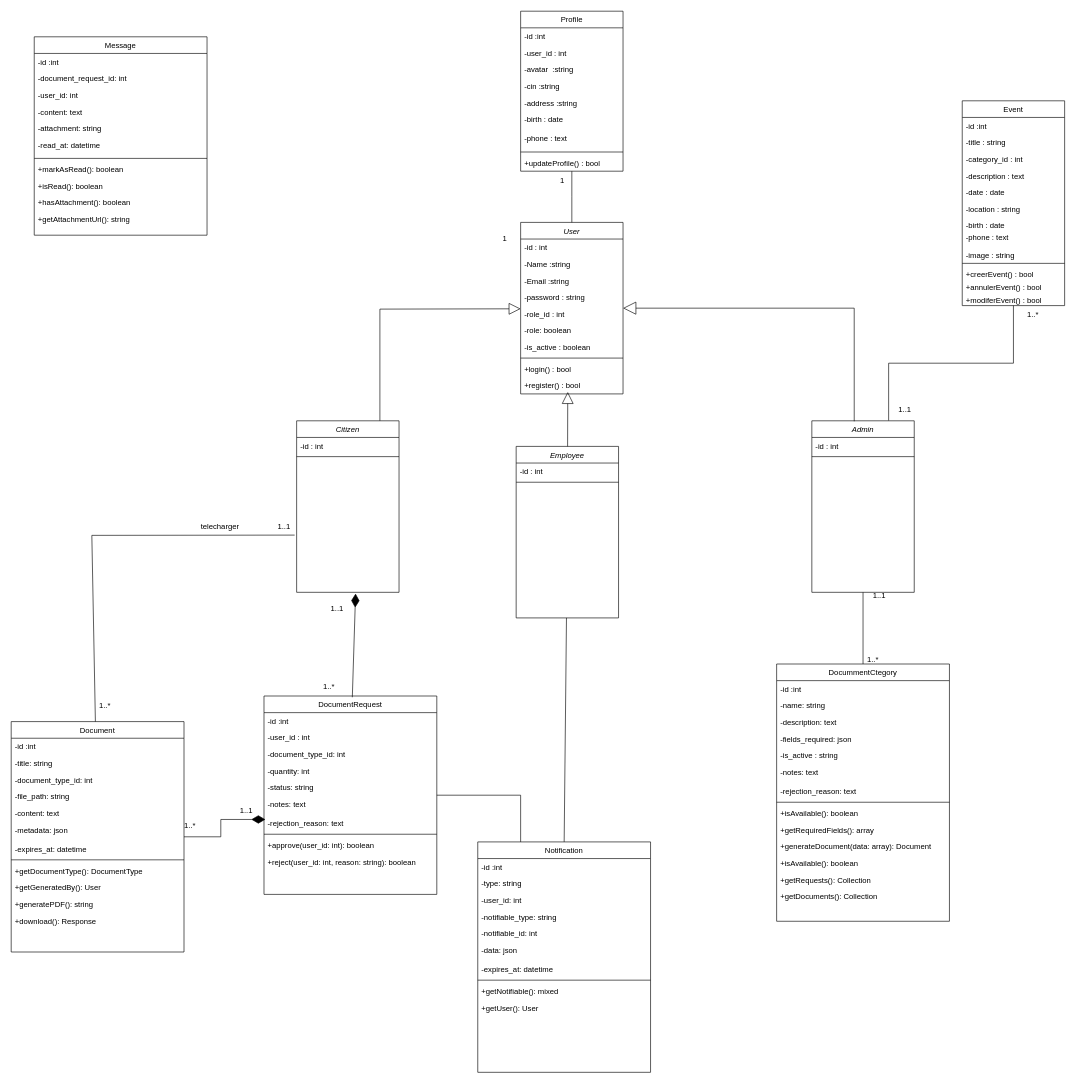
Before: UML/Diagramme sans nom.drawio in Abdelmoudiri/CommuneFacile, a draw.io diagram. Source tidied: cells renumbered, new cells numbered last; positions are measured from the earlier drawing's top-left corner, leaving out a move shared by most shapes. Both pictures are drawn from the tidied source at 64%, with x=0, y=0 at pixel (11, 11).
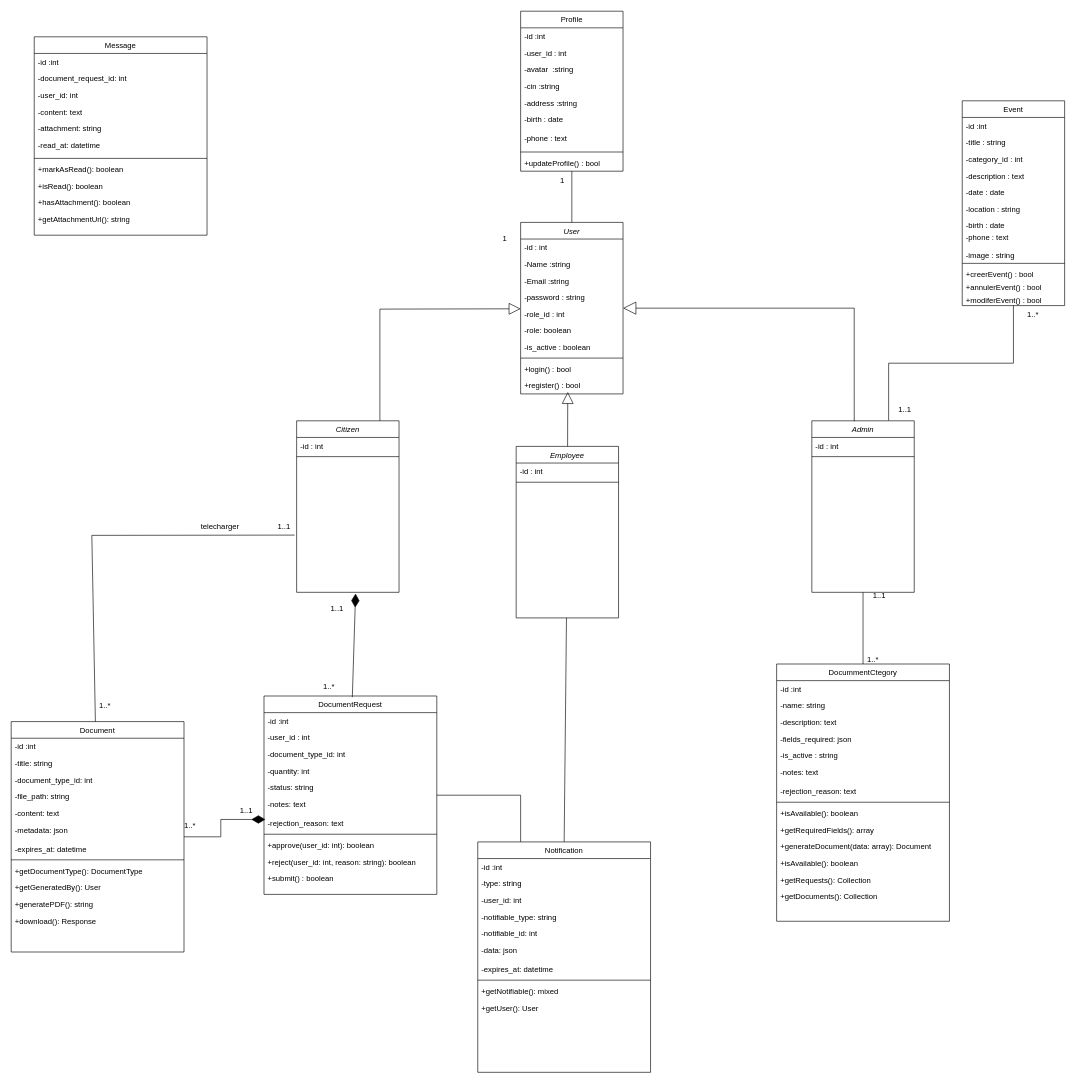
Above is the later version.

Unchanged cells that the change refers to:
```xml
<mxCell id="42" value="DocumentRequest" style="swimlane;fontStyle=0;align=center;verticalAlign=top;horizontal=1;startSize=26;rounded=0;shadow=0;strokeWidth=1;" parent="1" vertex="1">
  <mxGeometry x="395" y="1070" width="270" height="310" as="geometry" />
</mxCell>
```

What changed in the source:
```diff
@@
+    <mxCell id="132" value="+submit() : boolean" style="text;align=left;verticalAlign=top;spacingLeft=4;spacingRight=4;overflow=hidden;" parent="42" vertex="1">
+      <mxGeometry y="272" width="270" height="26" as="geometry" />
+    </mxCell>
```
